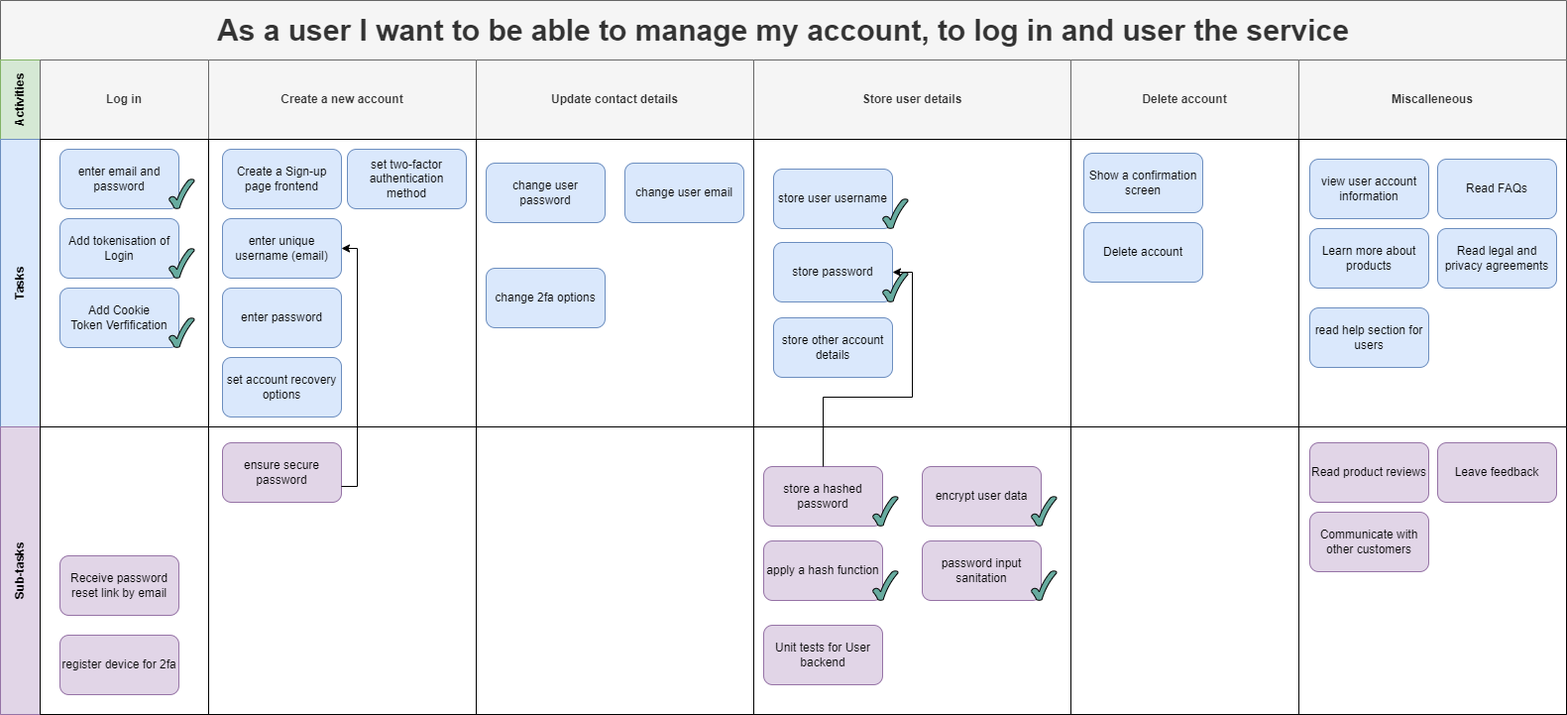
Earlier version of the draw.io export Documentation/Project Diagrams/Story Maps/Manage Account Theme.png (ickeyben123/AR). Source tidied: cells renumbered, new cells last; positions are measured from the earlier drawing's top-left corner, leaving out a move shared by most shapes.
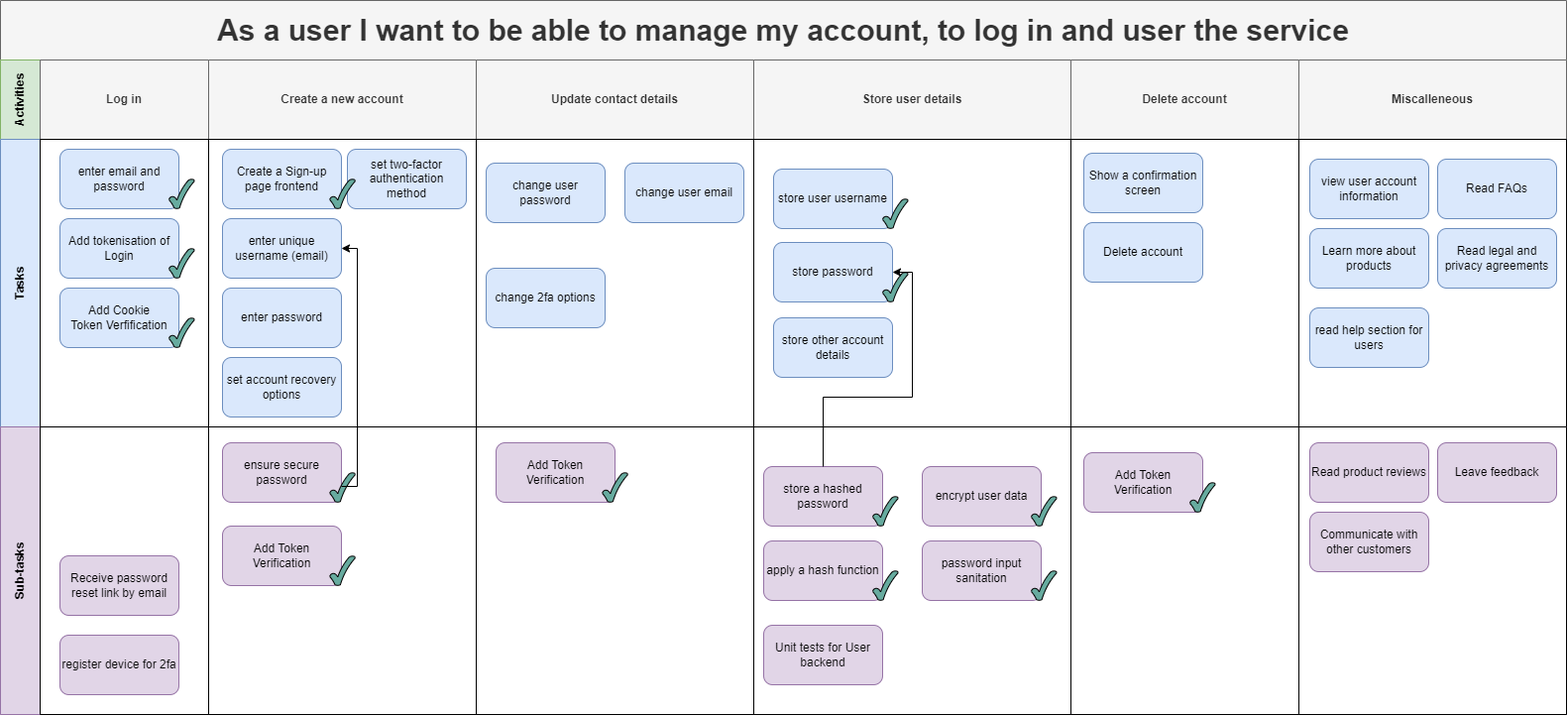
The same diagram one commit later.

Change to the diagram source:
```diff
@@ -68,6 +68,9 @@
     <mxCell id="23" value="Create a Sign-up page frontend" style="rounded=1;whiteSpace=wrap;html=1;strokeWidth=1;fillColor=#dae8fc;strokeColor=#6c8ebf;" parent="18" vertex="1">
       <mxGeometry x="14" y="10" width="120" height="60" as="geometry" />
     </mxCell>
+    <mxCell id="67" style="verticalLabelPosition=bottom;verticalAlign=top;html=1;shape=mxgraph.basic.tick;fillColor=#67AB9F;" parent="18" vertex="1">
+      <mxGeometry x="122.2" y="40" width="25.5" height="30" as="geometry" />
+    </mxCell>
     <mxCell id="24" style="swimlane;startSize=0;html=1;whiteSpace=wrap;" parent="10" vertex="1">
       <mxGeometry x="480" width="280" height="290" as="geometry" />
     </mxCell>
@@ -143,9 +146,24 @@
     <mxCell id="48" value="ensure secure password" style="rounded=1;whiteSpace=wrap;html=1;strokeWidth=1;fillColor=#e1d5e7;strokeColor=#9673a6;" parent="47" vertex="1">
       <mxGeometry x="14" y="16" width="120" height="60" as="geometry" />
     </mxCell>
+    <mxCell id="68" value="Add Token Verification" style="rounded=1;whiteSpace=wrap;html=1;strokeWidth=1;fillColor=#e1d5e7;strokeColor=#9673a6;" parent="47" vertex="1">
+      <mxGeometry x="14" y="100" width="120" height="60" as="geometry" />
+    </mxCell>
+    <mxCell id="69" style="verticalLabelPosition=bottom;verticalAlign=top;html=1;shape=mxgraph.basic.tick;fillColor=#67AB9F;" parent="47" vertex="1">
+      <mxGeometry x="122.2" y="46" width="25.5" height="30" as="geometry" />
+    </mxCell>
+    <mxCell id="70" style="verticalLabelPosition=bottom;verticalAlign=top;html=1;shape=mxgraph.basic.tick;fillColor=#67AB9F;" parent="47" vertex="1">
+      <mxGeometry x="122.2" y="130" width="25.5" height="30" as="geometry" />
+    </mxCell>
     <mxCell id="49" style="swimlane;startSize=0;html=1;whiteSpace=wrap;" parent="43" vertex="1">
       <mxGeometry x="480" width="280" height="290" as="geometry" />
     </mxCell>
+    <mxCell id="71" value="Add Token Verification" style="rounded=1;whiteSpace=wrap;html=1;strokeWidth=1;fillColor=#e1d5e7;strokeColor=#9673a6;" parent="49" vertex="1">
+      <mxGeometry x="20" y="16" width="120" height="60" as="geometry" />
+    </mxCell>
+    <mxCell id="72" style="verticalLabelPosition=bottom;verticalAlign=top;html=1;shape=mxgraph.basic.tick;fillColor=#67AB9F;" parent="49" vertex="1">
+      <mxGeometry x="127.2" y="46" width="25.5" height="30" as="geometry" />
+    </mxCell>
     <mxCell id="50" style="swimlane;startSize=0;html=1;whiteSpace=wrap;" parent="43" vertex="1">
       <mxGeometry x="760" width="320" height="290" as="geometry" />
     </mxCell>
@@ -179,6 +197,12 @@
     <mxCell id="60" style="swimlane;startSize=0;html=1;whiteSpace=wrap;" parent="43" vertex="1">
       <mxGeometry x="1080" width="230" height="290" as="geometry" />
     </mxCell>
+    <mxCell id="73" value="Add Token Verification" style="rounded=1;whiteSpace=wrap;html=1;strokeWidth=1;fillColor=#e1d5e7;strokeColor=#9673a6;" parent="60" vertex="1">
+      <mxGeometry x="13" y="26" width="120" height="60" as="geometry" />
+    </mxCell>
+    <mxCell id="74" style="verticalLabelPosition=bottom;verticalAlign=top;html=1;shape=mxgraph.basic.tick;fillColor=#67AB9F;" parent="60" vertex="1">
+      <mxGeometry x="120" y="56" width="25.5" height="30" as="geometry" />
+    </mxCell>
     <mxCell id="61" style="swimlane;startSize=0;html=1;whiteSpace=wrap;" parent="43" vertex="1">
       <mxGeometry x="1310" width="270" height="290" as="geometry" />
     </mxCell>
```
